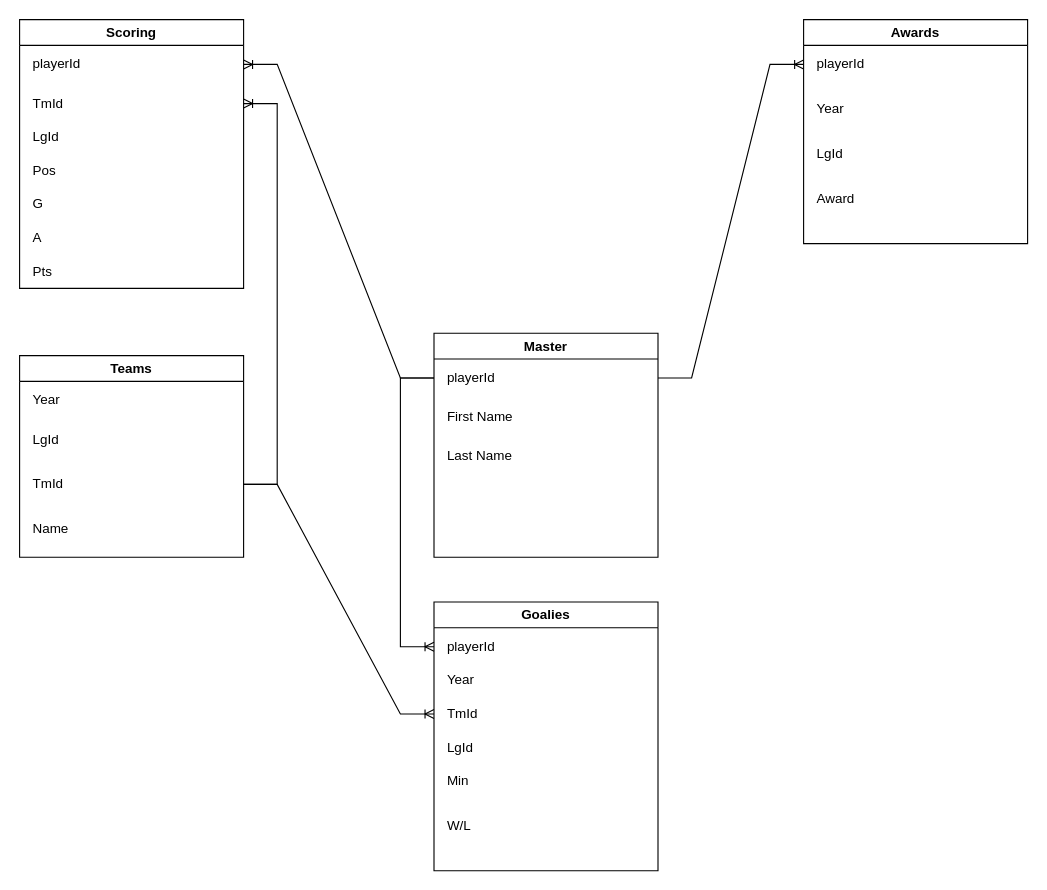
Above: Untitled Diagram.drawio in itudb2241/itudb2241 (draw.io), before the change. Source tidied: cells renumbered, new cells numbered last; positions are measured from the earlier drawing's top-left corner, leaving out a move shared by most shapes. Both pictures are drawn from the tidied source at 112%, with x=0, y=0 at pixel (19, 19).
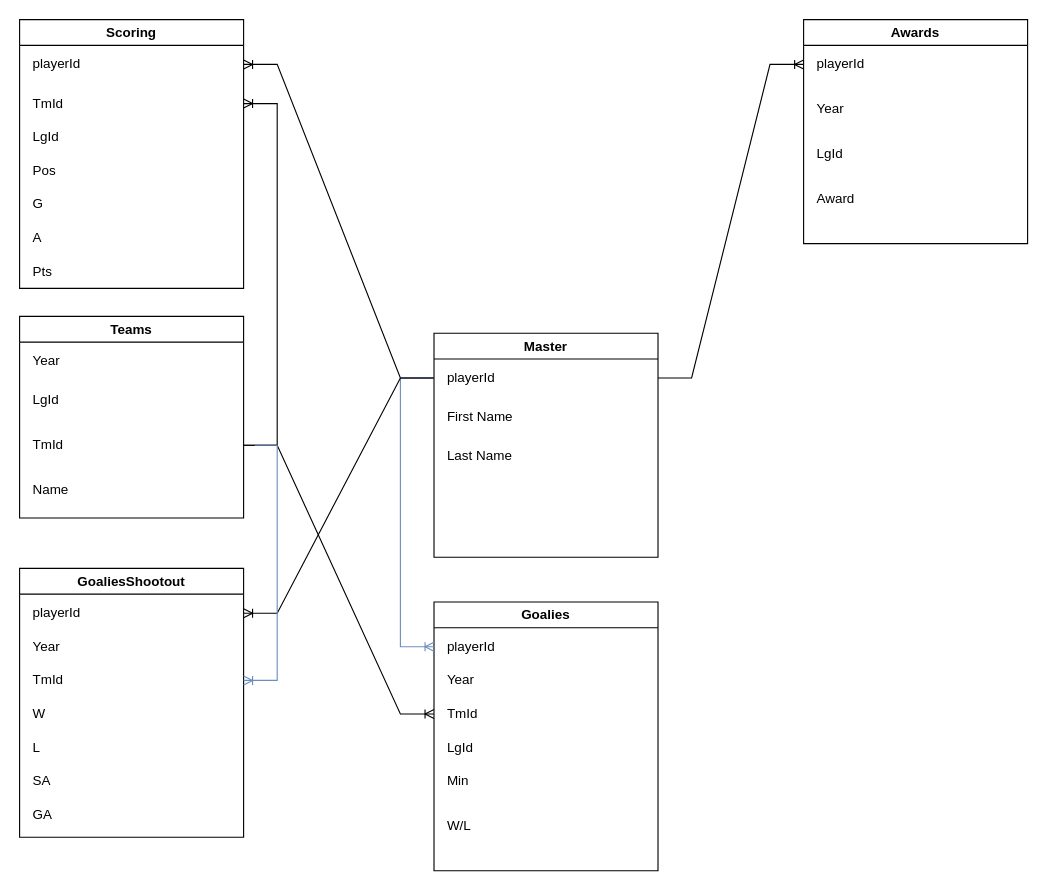
The same diagram, later.

Commit message:
Team-GoaliesShootout-Master relation

The change refers to these unchanged cells:
```xml
<mxCell id="17" value="playerId" style="text;html=1;strokeColor=none;fillColor=none;align=left;verticalAlign=middle;whiteSpace=wrap;rounded=0;spacingLeft=10;" parent="16" vertex="1">
  <mxGeometry y="20" width="200" height="40" as="geometry" />
</mxCell>
<mxCell id="28" value="playerId" style="text;html=1;strokeColor=none;fillColor=none;align=left;verticalAlign=middle;whiteSpace=wrap;rounded=0;spacingLeft=10;" parent="27" vertex="1">
  <mxGeometry y="20" width="200" height="40" as="geometry" />
</mxCell>
```

Change to the diagram source:
```diff
@@
     <mxCell id="11" value="Teams" style="swimlane;whiteSpace=wrap;html=1;" parent="1" vertex="1">
-      <mxGeometry y="300" width="200" height="180" as="geometry" />
+      <mxGeometry y="265" width="200" height="180" as="geometry" />
     </mxCell>
@@
-    <mxCell id="35" style="edgeStyle=orthogonalEdgeStyle;fontSize=12;html=1;endArrow=ERoneToMany;rounded=0;entryX=0;entryY=0.5;entryDx=0;entryDy=0;exitX=0;exitY=0.5;exitDx=0;exitDy=0;" parent="1" edge="1" source="17" target="28">
+    <mxCell id="35" style="edgeStyle=orthogonalEdgeStyle;fontSize=12;html=1;endArrow=ERoneToMany;rounded=0;entryX=0;entryY=0.5;entryDx=0;entryDy=0;exitX=0;exitY=0.5;exitDx=0;exitDy=0;fillColor=#dae8fc;strokeColor=#6c8ebf;" parent="1" edge="1" source="17" target="28">
       <mxGeometry x="-1" y="-110" relative="1" as="geometry">
         <Array as="points">
           <mxPoint x="340" y="320" />
           <mxPoint x="340" y="560" />
         </Array>
         <mxPoint x="-110" y="-100" as="offset" />
       </mxGeometry>
     </mxCell>
+    <mxCell id="36" value="GoaliesShootout" style="swimlane;whiteSpace=wrap;html=1;" parent="1" vertex="1">
+      <mxGeometry y="490" width="200" height="240" as="geometry" />
+    </mxCell>
+    <mxCell id="37" value="playerId" style="text;html=1;strokeColor=none;fillColor=none;align=left;verticalAlign=middle;whiteSpace=wrap;rounded=0;spacingLeft=10;" parent="36" vertex="1">
+      <mxGeometry y="20" width="200" height="40" as="geometry" />
+    </mxCell>
+    <mxCell id="38" value="Year" style="text;html=1;strokeColor=none;fillColor=none;align=left;verticalAlign=middle;whiteSpace=wrap;rounded=0;spacingLeft=10;" parent="36" vertex="1">
+      <mxGeometry y="50" width="200" height="40" as="geometry" />
+    </mxCell>
+    <mxCell id="39" value="TmId" style="text;html=1;strokeColor=none;fillColor=none;align=left;verticalAlign=middle;whiteSpace=wrap;rounded=0;spacingLeft=10;" parent="36" vertex="1">
+      <mxGeometry y="80" width="200" height="40" as="geometry" />
+    </mxCell>
+    <mxCell id="40" value="W" style="text;html=1;strokeColor=none;fillColor=none;align=left;verticalAlign=middle;whiteSpace=wrap;rounded=0;spacingLeft=10;" parent="36" vertex="1">
+      <mxGeometry y="110" width="200" height="40" as="geometry" />
+    </mxCell>
+    <mxCell id="41" value="L" style="text;html=1;strokeColor=none;fillColor=none;align=left;verticalAlign=middle;whiteSpace=wrap;rounded=0;spacingLeft=10;" parent="36" vertex="1">
+      <mxGeometry y="140" width="200" height="40" as="geometry" />
+    </mxCell>
+    <mxCell id="42" value="SA" style="text;html=1;strokeColor=none;fillColor=none;align=left;verticalAlign=middle;whiteSpace=wrap;rounded=0;spacingLeft=10;" parent="36" vertex="1">
+      <mxGeometry y="170" width="200" height="40" as="geometry" />
+    </mxCell>
+    <mxCell id="43" value="GA" style="text;html=1;strokeColor=none;fillColor=none;align=left;verticalAlign=middle;whiteSpace=wrap;rounded=0;spacingLeft=10;" parent="36" vertex="1">
+      <mxGeometry y="200" width="200" height="40" as="geometry" />
+    </mxCell>
+    <mxCell id="44" style="edgeStyle=entityRelationEdgeStyle;fontSize=12;html=1;endArrow=ERoneToMany;rounded=0;entryX=1;entryY=0.5;entryDx=0;entryDy=0;exitX=0;exitY=0.5;exitDx=0;exitDy=0;" parent="1" edge="1" source="17" target="37">
+      <mxGeometry x="-1" relative="1" as="geometry" />
+    </mxCell>
+    <mxCell id="45" style="edgeStyle=orthogonalEdgeStyle;fontSize=12;html=1;endArrow=ERoneToMany;rounded=0;entryX=1;entryY=0.5;entryDx=0;entryDy=0;fillColor=#dae8fc;strokeColor=#6c8ebf;" parent="1" edge="1" target="39">
+      <mxGeometry relative="1" as="geometry">
+        <mxPoint x="210" y="380" as="sourcePoint" />
+        <Array as="points">
+          <mxPoint x="230" y="380" />
+          <mxPoint x="230" y="590" />
+        </Array>
+      </mxGeometry>
+    </mxCell>
```
